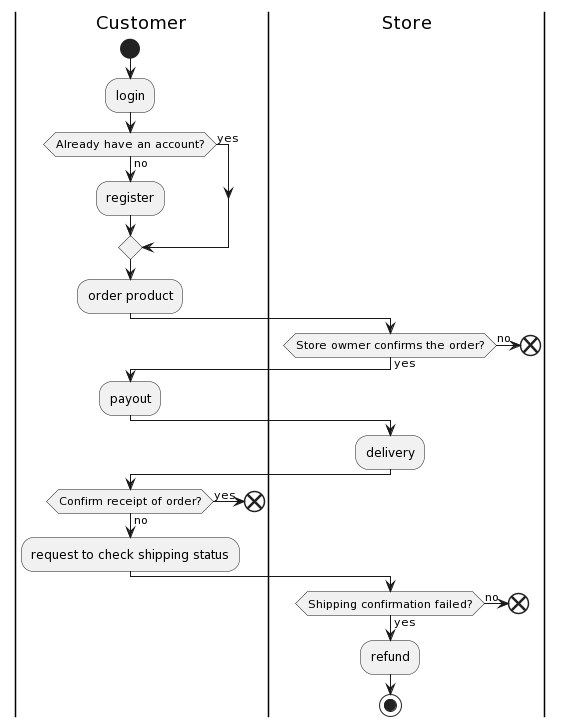
khang1010/SE357-Pratice-class keeps this PlantUML diagram as Lab 1.2/Activity diagram/Activity.png. Above is the earlier version.
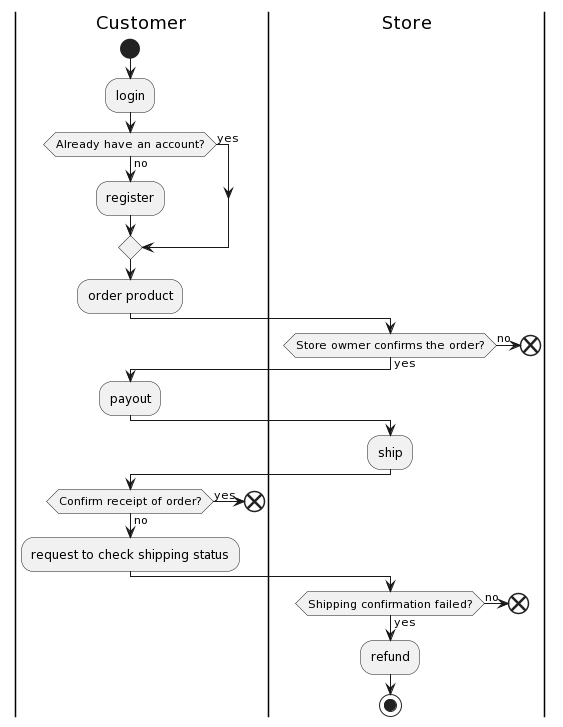
The same diagram one commit later.

Commit message:
21520774 NguyenDucThanhDuy Activity diagram

Diff of the diagram source:
```diff
@@ -13,7 +13,7 @@
 |Customer|
 :payout;
 |Store|
-:delivery;
+:ship;
 else (no)
 |Store|
 end
```
